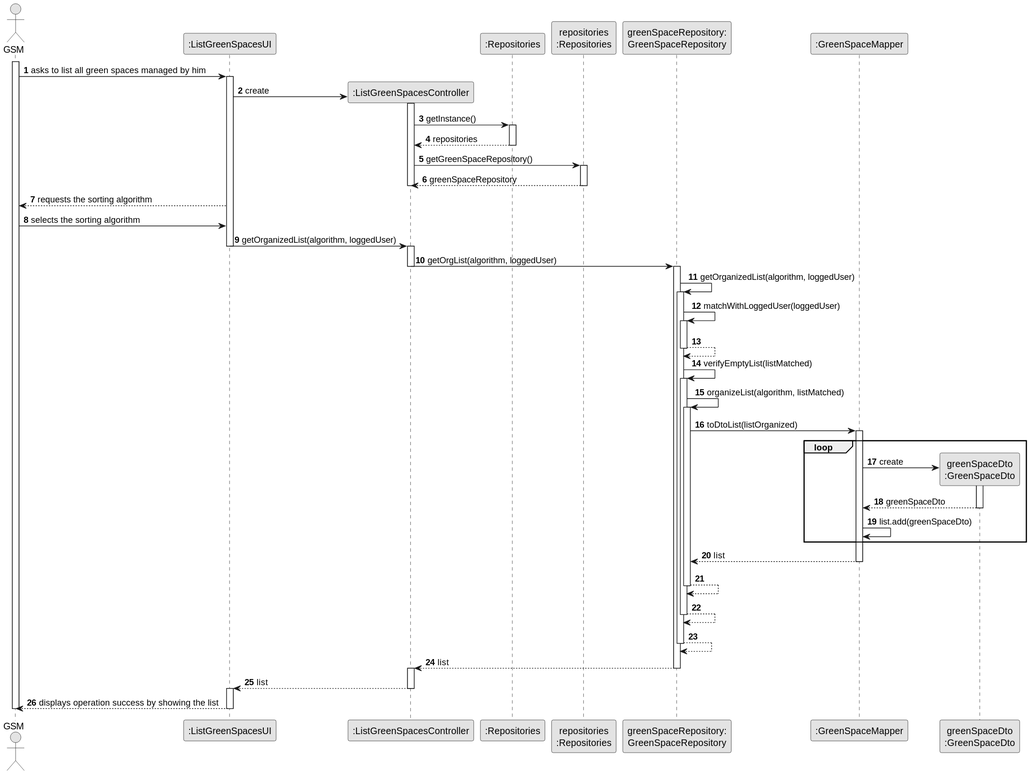
ricardomm7/leaflink keeps this PlantUML diagram as docs/sprintC/us027/03.design/svg/us027-sequence-diagram-full.svg. Above is the earlier version.
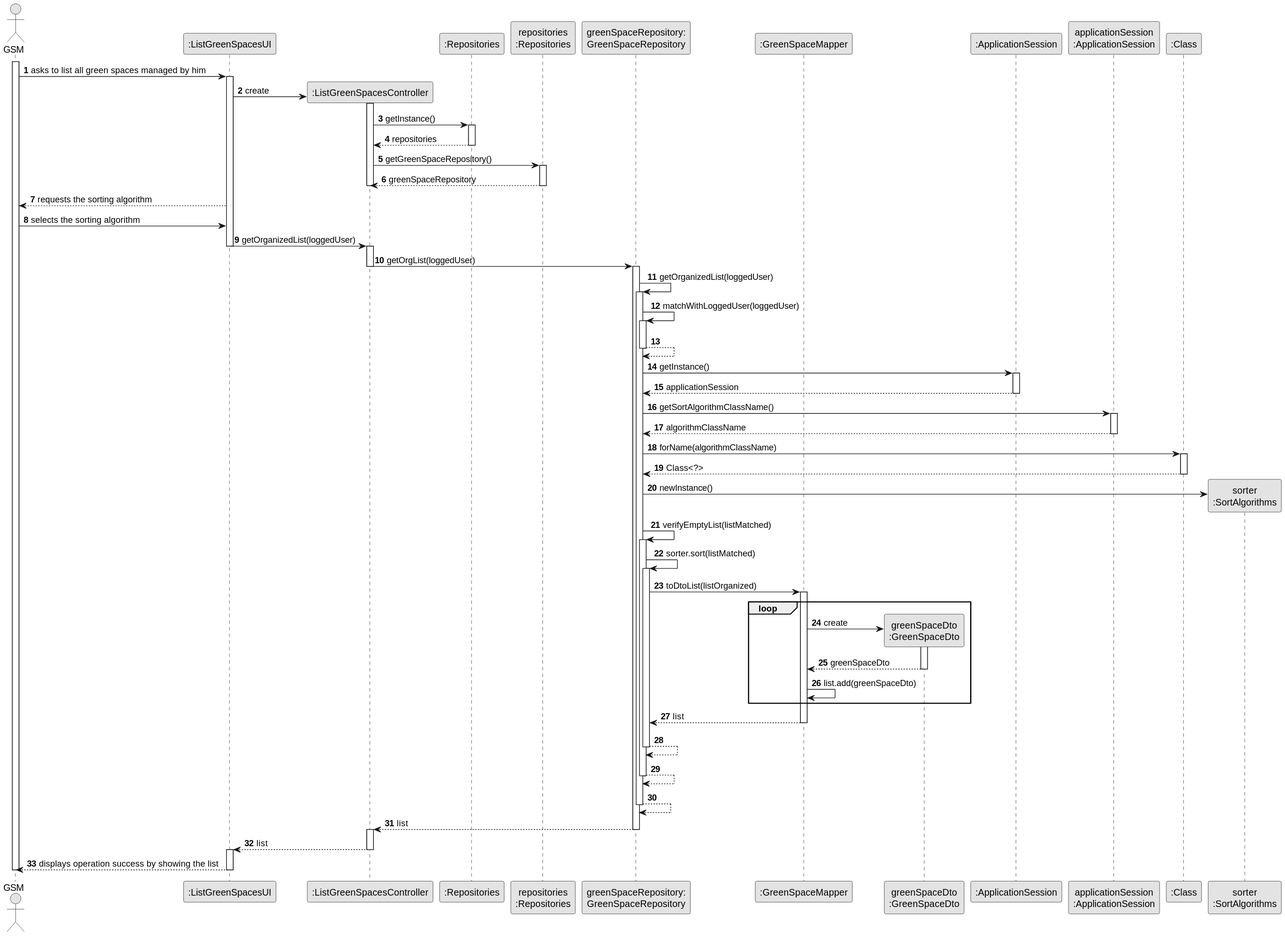
Later version of the same file.

Diff of the diagram source:
```diff
@@ -14,6 +14,10 @@
 participant "greenSpaceRepository:\nGreenSpaceRepository" as GreenSpaceRepo
 participant ":GreenSpaceMapper" as mapper
 participant "greenSpaceDto\n:GreenSpaceDto" as dto
+participant ":ApplicationSession" as ApplicationSession
+participant "applicationSession\n:ApplicationSession" as applicationSession
+participant ":Class" as Class
+participant "sorter\n:SortAlgorithms" as SortAlgorithms
 
 activate GSM
 GSM -> UI : asks to list all green spaces managed by him
@@ -32,25 +36,43 @@
 deactivate PLAT
 UI --> GSM : requests the sorting algorithm
 GSM -> UI : selects the sorting algorithm
-UI -> CTRL : getOrganizedList(algorithm, loggedUser)
+UI -> CTRL : getOrganizedList(loggedUser)
 deactivate UI
 activate CTRL
 
 
-CTRL -> GreenSpaceRepo : getOrgList(algorithm, loggedUser)
+CTRL -> GreenSpaceRepo : getOrgList(loggedUser)
 deactivate CTRL
 
 activate GreenSpaceRepo
-GreenSpaceRepo -> GreenSpaceRepo : getOrganizedList(algorithm, loggedUser)
+GreenSpaceRepo -> GreenSpaceRepo : getOrganizedList(loggedUser)
 activate GreenSpaceRepo
 GreenSpaceRepo -> GreenSpaceRepo : matchWithLoggedUser(loggedUser)
 activate GreenSpaceRepo
 GreenSpaceRepo --> GreenSpaceRepo
 deactivate GreenSpaceRepo
+
+GreenSpaceRepo -> ApplicationSession : getInstance()
+activate ApplicationSession
+ApplicationSession --> GreenSpaceRepo : applicationSession
+deactivate ApplicationSession
+GreenSpaceRepo -> applicationSession : getSortAlgorithmClassName()
+activate applicationSession
+applicationSession --> GreenSpaceRepo : algorithmClassName
+deactivate applicationSession
+
+GreenSpaceRepo -> Class : forName(algorithmClassName)
+activate Class
+Class --> GreenSpaceRepo : Class<?>
+deactivate Class
+
+GreenSpaceRepo -> SortAlgorithms** : newInstance()
+
+
 GreenSpaceRepo -> GreenSpaceRepo : verifyEmptyList(listMatched)
 activate GreenSpaceRepo
 
-GreenSpaceRepo -> GreenSpaceRepo : organizeList(algorithm, listMatched)
+GreenSpaceRepo -> GreenSpaceRepo : sorter.sort(listMatched)
 activate GreenSpaceRepo
 GreenSpaceRepo -> mapper : toDtoList(listOrganized)
 activate mapper
```
